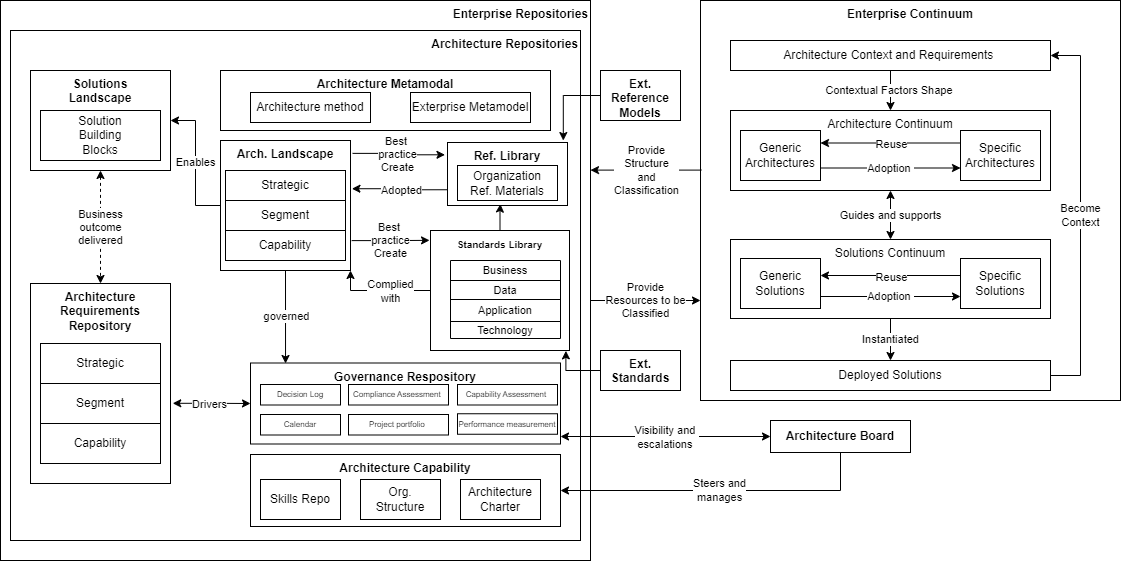
Before: drawio/Togaf/continuum.drawio.png, a diagram exported from draw.io (cmkam/architecture). Source tidied: cells renumbered, new cells last; positions are measured from the earlier drawing's top-left corner, leaving out a move shared by most shapes.
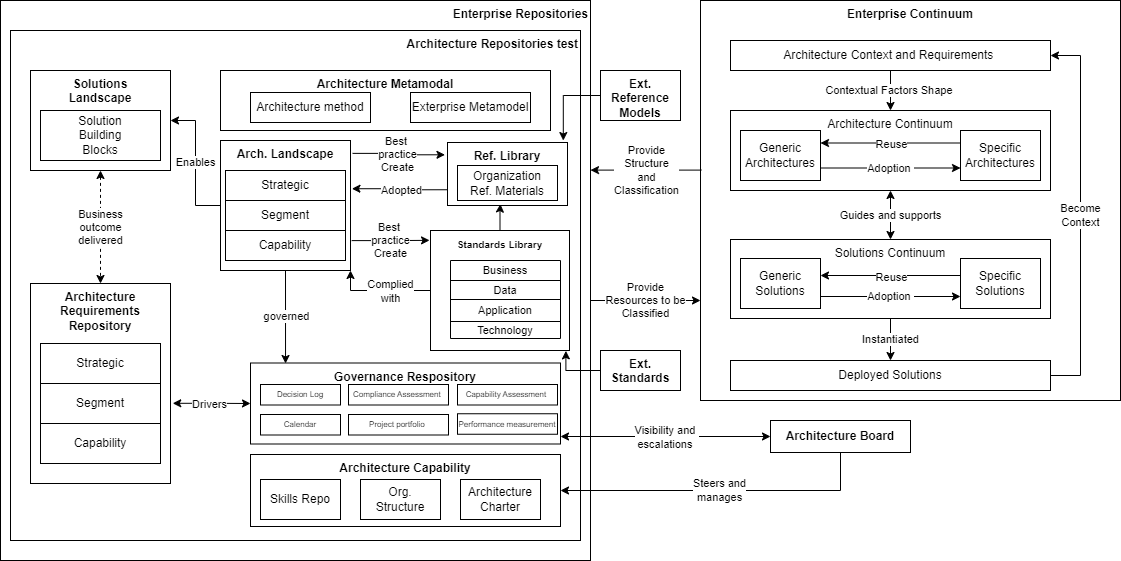
After the change.

Change to the diagram source:
```diff
@@ -5,7 +5,7 @@
     <mxCell id="2" value="&lt;b&gt;Enterprise Repositories&lt;/b&gt;" style="rounded=0;whiteSpace=wrap;html=1;horizontal=1;verticalAlign=top;align=right;" parent="1" vertex="1">
       <mxGeometry width="590" height="560" as="geometry" />
     </mxCell>
-    <mxCell id="3" value="&lt;b&gt;Architecture Repositories&lt;/b&gt;" style="rounded=0;whiteSpace=wrap;html=1;horizontal=1;verticalAlign=top;align=right;" parent="1" vertex="1">
+    <mxCell id="3" value="&lt;b&gt;Architecture Repositories test&lt;/b&gt;" style="rounded=0;whiteSpace=wrap;html=1;horizontal=1;verticalAlign=top;align=right;" parent="1" vertex="1">
       <mxGeometry x="10" y="30" width="570" height="510" as="geometry" />
     </mxCell>
     <mxCell id="4" value="&lt;b&gt;Enterprise Continuum&lt;/b&gt;" style="rounded=0;whiteSpace=wrap;html=1;verticalAlign=top;" parent="1" vertex="1">
```
